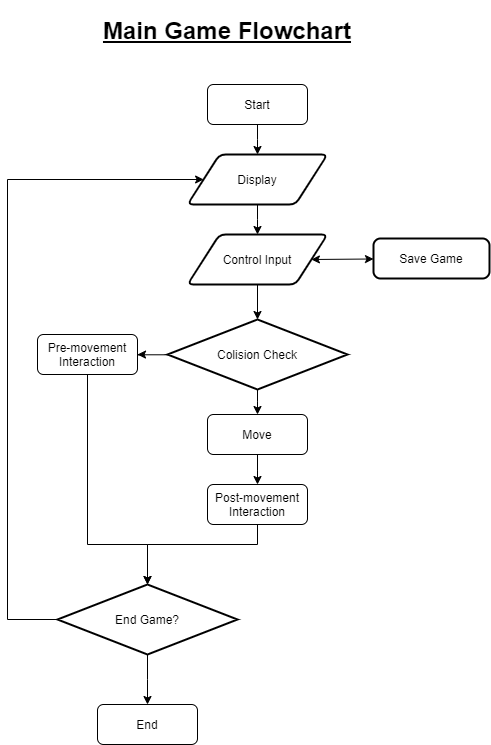
Above: charts/main_game_flowchart.png in actuarialcat/COMP2113_project (draw.io), before the change. Source tidied: cells renumbered, new cells last; positions are measured from the earlier drawing's top-left corner, leaving out a move shared by most shapes. Source of this version:
```xml
<mxGraphModel>
  <root>
    <mxCell id="0" />
    <mxCell id="1" parent="0" />
    <mxCell id="2" style="edgeStyle=none;rounded=0;jettySize=auto;html=1;" parent="1" edge="1" source="3" target="6">
      <mxGeometry relative="1" as="geometry" />
    </mxCell>
    <mxCell id="3" value="Control Input" style="shape=parallelogram;html=1;strokeWidth=2;perimeter=parallelogramPerimeter;whiteSpace=wrap;rounded=1;arcSize=12;size=0.23;" parent="1" vertex="1">
      <mxGeometry x="180" y="234" width="140" height="50" as="geometry" />
    </mxCell>
    <mxCell id="4" style="edgeStyle=elbowEdgeStyle;rounded=0;jettySize=auto;elbow=vertical;html=1;exitX=0.5;exitY=1;exitDx=0;exitDy=0;exitPerimeter=0;entryX=0.5;entryY=0;entryDx=0;entryDy=0;" parent="1" edge="1" source="6" target="15">
      <mxGeometry relative="1" as="geometry" />
    </mxCell>
    <mxCell id="5" style="edgeStyle=elbowEdgeStyle;rounded=0;jettySize=auto;elbow=vertical;html=1;exitX=0;exitY=0.5;exitDx=0;exitDy=0;exitPerimeter=0;entryX=1;entryY=0.5;entryDx=0;entryDy=0;" parent="1" edge="1" source="6" target="17">
      <mxGeometry relative="1" as="geometry" />
    </mxCell>
    <mxCell id="6" value="Colision Check" style="strokeWidth=2;html=1;shape=mxgraph.flowchart.decision;whiteSpace=wrap;rounded=1;shadow=0;" parent="1" vertex="1">
      <mxGeometry x="160" y="319" width="180" height="70" as="geometry" />
    </mxCell>
    <mxCell id="7" style="endArrow=classic;html=1;edgeStyle=elbowEdgeStyle;entryX=0;entryY=0.5;entryDx=0;entryDy=0;rounded=0;exitX=0;exitY=0.5;exitDx=0;exitDy=0;exitPerimeter=0;" parent="1" edge="1" source="20" target="11">
      <mxGeometry relative="1" as="geometry">
        <Array as="points">
          <mxPoint y="449" />
          <mxPoint y="449" />
        </Array>
      </mxGeometry>
    </mxCell>
    <mxCell id="8" style="edgeStyle=elbowEdgeStyle;rounded=0;jettySize=auto;html=1;exitX=0.5;exitY=1;exitDx=0;exitDy=0;elbow=vertical;entryX=0.5;entryY=0;entryDx=0;entryDy=0;entryPerimeter=0;" parent="1" edge="1" source="9" target="20">
      <mxGeometry relative="1" as="geometry">
        <Array as="points">
          <mxPoint x="130" y="544" />
          <mxPoint x="120" y="484" />
          <mxPoint x="170" y="649" />
        </Array>
      </mxGeometry>
    </mxCell>
    <mxCell id="9" value="Post-movement Interaction" style="rounded=1;whiteSpace=wrap;html=1;" parent="1" vertex="1">
      <mxGeometry x="200" y="484" width="100" height="40" as="geometry" />
    </mxCell>
    <mxCell id="10" style="edgeStyle=elbowEdgeStyle;rounded=0;jettySize=auto;elbow=vertical;html=1;" parent="1" edge="1" source="11" target="3">
      <mxGeometry relative="1" as="geometry" />
    </mxCell>
    <mxCell id="11" value="Display" style="shape=parallelogram;html=1;strokeWidth=2;perimeter=parallelogramPerimeter;whiteSpace=wrap;rounded=1;arcSize=12;size=0.23;" parent="1" vertex="1">
      <mxGeometry x="180" y="154" width="140" height="50" as="geometry" />
    </mxCell>
    <mxCell id="12" style="edgeStyle=elbowEdgeStyle;rounded=0;jettySize=auto;elbow=vertical;html=1;" parent="1" edge="1" source="13" target="11">
      <mxGeometry relative="1" as="geometry" />
    </mxCell>
    <mxCell id="13" value="Start" style="rounded=1;whiteSpace=wrap;html=1;" parent="1" vertex="1">
      <mxGeometry x="200" y="84" width="100" height="40" as="geometry" />
    </mxCell>
    <mxCell id="14" style="edgeStyle=elbowEdgeStyle;rounded=0;jettySize=auto;elbow=vertical;html=1;exitX=0.5;exitY=1;exitDx=0;exitDy=0;entryX=0.5;entryY=0;entryDx=0;entryDy=0;" parent="1" edge="1" source="15" target="9">
      <mxGeometry relative="1" as="geometry" />
    </mxCell>
    <mxCell id="15" value="Move" style="rounded=1;whiteSpace=wrap;html=1;" parent="1" vertex="1">
      <mxGeometry x="200" y="414" width="100" height="40" as="geometry" />
    </mxCell>
    <mxCell id="16" style="edgeStyle=elbowEdgeStyle;rounded=0;jettySize=auto;html=1;entryX=0.5;entryY=0;entryDx=0;entryDy=0;entryPerimeter=0;elbow=vertical;" parent="1" edge="1" source="17" target="20">
      <mxGeometry relative="1" as="geometry">
        <Array as="points">
          <mxPoint x="80" y="544" />
        </Array>
      </mxGeometry>
    </mxCell>
    <mxCell id="17" value="Pre-movement Interaction" style="rounded=1;whiteSpace=wrap;html=1;" parent="1" vertex="1">
      <mxGeometry x="30" y="334" width="100" height="40" as="geometry" />
    </mxCell>
    <mxCell id="18" value="&lt;h1&gt;Main Game Flowchart&lt;/h1&gt;" style="text;html=1;strokeColor=none;fillColor=none;align=center;verticalAlign=middle;whiteSpace=wrap;rounded=0;shadow=0;fontStyle=4;" parent="1" vertex="1">
      <mxGeometry x="55" width="330" height="60" as="geometry" />
    </mxCell>
    <mxCell id="19" style="edgeStyle=elbowEdgeStyle;rounded=0;jettySize=auto;elbow=vertical;html=1;" parent="1" edge="1" source="20" target="21">
      <mxGeometry relative="1" as="geometry" />
    </mxCell>
    <mxCell id="20" value="End Game?" style="strokeWidth=2;html=1;shape=mxgraph.flowchart.decision;whiteSpace=wrap;rounded=1;shadow=0;" parent="1" vertex="1">
      <mxGeometry x="50" y="584" width="180" height="70" as="geometry" />
    </mxCell>
    <mxCell id="21" value="End" style="rounded=1;whiteSpace=wrap;html=1;" parent="1" vertex="1">
      <mxGeometry x="90" y="704" width="100" height="40" as="geometry" />
    </mxCell>
    <mxCell id="22" value="Save Game" style="rounded=1;whiteSpace=wrap;html=1;absoluteArcSize=1;arcSize=14;strokeWidth=2;" parent="1" vertex="1">
      <mxGeometry x="366" y="238" width="116" height="40" as="geometry" />
    </mxCell>
    <mxCell id="23" style="endArrow=classic;startArrow=classic;html=1;exitX=1;exitY=0.5;exitDx=0;exitDy=0;" parent="1" edge="1" source="3" target="22">
      <mxGeometry relative="1" as="geometry" />
    </mxCell>
  </root>
</mxGraphModel>
```
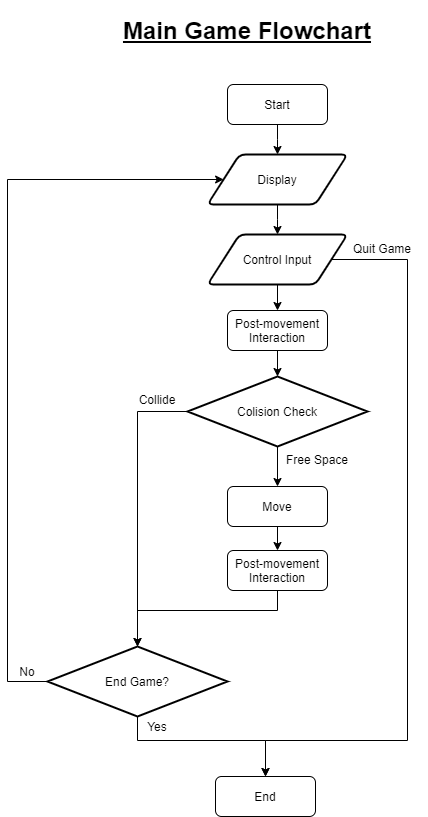
Later version of the same file.

Change to the diagram source:
```diff
@@ -2,43 +2,49 @@
   <root>
     <mxCell id="0" />
     <mxCell id="1" parent="0" />
-    <mxCell id="2" style="edgeStyle=none;rounded=0;jettySize=auto;html=1;" parent="1" edge="1" source="3" target="6">
+    <mxCell id="2" style="edgeStyle=orthogonalEdgeStyle;rounded=0;jettySize=auto;html=1;entryX=0.5;entryY=0;entryDx=0;entryDy=0;" parent="1" edge="1" source="3" target="27">
       <mxGeometry relative="1" as="geometry" />
     </mxCell>
     <mxCell id="3" value="Control Input" style="shape=parallelogram;html=1;strokeWidth=2;perimeter=parallelogramPerimeter;whiteSpace=wrap;rounded=1;arcSize=12;size=0.23;" parent="1" vertex="1">
       <mxGeometry x="180" y="234" width="140" height="50" as="geometry" />
     </mxCell>
-    <mxCell id="4" style="edgeStyle=elbowEdgeStyle;rounded=0;jettySize=auto;elbow=vertical;html=1;exitX=0.5;exitY=1;exitDx=0;exitDy=0;exitPerimeter=0;entryX=0.5;entryY=0;entryDx=0;entryDy=0;" parent="1" edge="1" source="6" target="15">
+    <mxCell id="4" style="edgeStyle=orthogonalEdgeStyle;rounded=0;jettySize=auto;html=1;" parent="1" edge="1" source="5" target="15">
       <mxGeometry relative="1" as="geometry" />
     </mxCell>
-    <mxCell id="5" style="edgeStyle=elbowEdgeStyle;rounded=0;jettySize=auto;elbow=vertical;html=1;exitX=0;exitY=0.5;exitDx=0;exitDy=0;exitPerimeter=0;entryX=1;entryY=0.5;entryDx=0;entryDy=0;" parent="1" edge="1" source="6" target="17">
-      <mxGeometry relative="1" as="geometry" />
+    <mxCell id="5" value="Colision Check" style="strokeWidth=2;html=1;shape=mxgraph.flowchart.decision;whiteSpace=wrap;rounded=1;shadow=0;" parent="1" vertex="1">
+      <mxGeometry x="160" y="376" width="180" height="70" as="geometry" />
     </mxCell>
-    <mxCell id="6" value="Colision Check" style="strokeWidth=2;html=1;shape=mxgraph.flowchart.decision;whiteSpace=wrap;rounded=1;shadow=0;" parent="1" vertex="1">
-      <mxGeometry x="160" y="319" width="180" height="70" as="geometry" />
+    <mxCell id="6" style="endArrow=classic;html=1;edgeStyle=elbowEdgeStyle;entryX=0;entryY=0.5;entryDx=0;entryDy=0;rounded=0;exitX=0;exitY=0.5;exitDx=0;exitDy=0;exitPerimeter=0;" parent="1" edge="1" source="19" target="11">
+      <mxGeometry relative="1" as="geometry">
+        <Array as="points">
+          <mxPoint x="-20" y="390" />
+          <mxPoint y="449" />
+        </Array>
+      </mxGeometry>
     </mxCell>
-    <mxCell id="7" style="endArrow=classic;html=1;edgeStyle=elbowEdgeStyle;entryX=0;entryY=0.5;entryDx=0;entryDy=0;rounded=0;exitX=0;exitY=0.5;exitDx=0;exitDy=0;exitPerimeter=0;" parent="1" edge="1" source="20" target="11">
+    <mxCell id="7" style="edgeStyle=elbowEdgeStyle;rounded=0;jettySize=auto;html=1;exitX=0.5;exitY=1;exitDx=0;exitDy=0;elbow=vertical;entryX=0.5;entryY=0;entryDx=0;entryDy=0;entryPerimeter=0;" parent="1" edge="1" source="8" target="19">
       <mxGeometry relative="1" as="geometry">
         <Array as="points">
-          <mxPoint y="449" />
-          <mxPoint y="449" />
+          <mxPoint x="130" y="610" />
+          <mxPoint x="120" y="550" />
+          <mxPoint x="170" y="715" />
         </Array>
       </mxGeometry>
     </mxCell>
-    <mxCell id="8" style="edgeStyle=elbowEdgeStyle;rounded=0;jettySize=auto;html=1;exitX=0.5;exitY=1;exitDx=0;exitDy=0;elbow=vertical;entryX=0.5;entryY=0;entryDx=0;entryDy=0;entryPerimeter=0;" parent="1" edge="1" source="9" target="20">
-      <mxGeometry relative="1" as="geometry">
-        <Array as="points">
-          <mxPoint x="130" y="544" />
-          <mxPoint x="120" y="484" />
-          <mxPoint x="170" y="649" />
-        </Array>
-      </mxGeometry>
+    <mxCell id="8" value="Post-movement Interaction" style="rounded=1;whiteSpace=wrap;html=1;" parent="1" vertex="1">
+      <mxGeometry x="200" y="550" width="100" height="40" as="geometry" />
     </mxCell>
-    <mxCell id="9" value="Post-movement Interaction" style="rounded=1;whiteSpace=wrap;html=1;" parent="1" vertex="1">
-      <mxGeometry x="200" y="484" width="100" height="40" as="geometry" />
+    <mxCell id="9" style="edgeStyle=elbowEdgeStyle;rounded=0;jettySize=auto;elbow=vertical;html=1;" parent="1" edge="1" source="11" target="3">
+      <mxGeometry relative="1" as="geometry" />
     </mxCell>
-    <mxCell id="10" style="edgeStyle=elbowEdgeStyle;rounded=0;jettySize=auto;elbow=vertical;html=1;" parent="1" edge="1" source="11" target="3">
-      <mxGeometry relative="1" as="geometry" />
+    <mxCell id="10" style="edgeStyle=orthogonalEdgeStyle;rounded=0;jettySize=auto;html=1;exitX=1;exitY=0.5;exitDx=0;exitDy=0;entryX=0.5;entryY=0;entryDx=0;entryDy=0;" parent="1" edge="1" source="3" target="20">
+      <mxGeometry relative="1" as="geometry">
+        <Array as="points">
+          <mxPoint x="380" y="259" />
+          <mxPoint x="380" y="740" />
+          <mxPoint x="238" y="740" />
+        </Array>
+      </mxGeometry>
     </mxCell>
     <mxCell id="11" value="Display" style="shape=parallelogram;html=1;strokeWidth=2;perimeter=parallelogramPerimeter;whiteSpace=wrap;rounded=1;arcSize=12;size=0.23;" parent="1" vertex="1">
       <mxGeometry x="180" y="154" width="140" height="50" as="geometry" />
@@ -49,39 +55,55 @@
     <mxCell id="13" value="Start" style="rounded=1;whiteSpace=wrap;html=1;" parent="1" vertex="1">
       <mxGeometry x="200" y="84" width="100" height="40" as="geometry" />
     </mxCell>
-    <mxCell id="14" style="edgeStyle=elbowEdgeStyle;rounded=0;jettySize=auto;elbow=vertical;html=1;exitX=0.5;exitY=1;exitDx=0;exitDy=0;entryX=0.5;entryY=0;entryDx=0;entryDy=0;" parent="1" edge="1" source="15" target="9">
+    <mxCell id="14" style="edgeStyle=orthogonalEdgeStyle;rounded=0;jettySize=auto;html=1;exitX=0.5;exitY=1;exitDx=0;exitDy=0;entryX=0.5;entryY=0;entryDx=0;entryDy=0;" parent="1" edge="1" source="15" target="8">
       <mxGeometry relative="1" as="geometry" />
     </mxCell>
     <mxCell id="15" value="Move" style="rounded=1;whiteSpace=wrap;html=1;" parent="1" vertex="1">
-      <mxGeometry x="200" y="414" width="100" height="40" as="geometry" />
+      <mxGeometry x="200" y="486" width="100" height="40" as="geometry" />
     </mxCell>
-    <mxCell id="16" style="edgeStyle=elbowEdgeStyle;rounded=0;jettySize=auto;html=1;entryX=0.5;entryY=0;entryDx=0;entryDy=0;entryPerimeter=0;elbow=vertical;" parent="1" edge="1" source="17" target="20">
+    <mxCell id="16" style="edgeStyle=elbowEdgeStyle;rounded=0;jettySize=auto;html=1;entryX=0.5;entryY=0;entryDx=0;entryDy=0;entryPerimeter=0;elbow=vertical;exitX=0;exitY=0.5;exitDx=0;exitDy=0;exitPerimeter=0;" parent="1" edge="1" source="5" target="19">
       <mxGeometry relative="1" as="geometry">
         <Array as="points">
-          <mxPoint x="80" y="544" />
+          <mxPoint x="130" y="411" />
         </Array>
       </mxGeometry>
     </mxCell>
-    <mxCell id="17" value="Pre-movement Interaction" style="rounded=1;whiteSpace=wrap;html=1;" parent="1" vertex="1">
-      <mxGeometry x="30" y="334" width="100" height="40" as="geometry" />
+    <mxCell id="17" value="&lt;h1&gt;Main Game Flowchart&lt;/h1&gt;" style="text;html=1;strokeColor=none;fillColor=none;align=center;verticalAlign=middle;whiteSpace=wrap;rounded=0;shadow=0;fontStyle=4;" parent="1" vertex="1">
+      <mxGeometry x="55" width="330" height="60" as="geometry" />
     </mxCell>
-    <mxCell id="18" value="&lt;h1&gt;Main Game Flowchart&lt;/h1&gt;" style="text;html=1;strokeColor=none;fillColor=none;align=center;verticalAlign=middle;whiteSpace=wrap;rounded=0;shadow=0;fontStyle=4;" parent="1" vertex="1">
-      <mxGeometry x="55" width="330" height="60" as="geometry" />
+    <mxCell id="18" style="edgeStyle=elbowEdgeStyle;rounded=0;jettySize=auto;elbow=vertical;html=1;" parent="1" edge="1" source="19" target="20">
+      <mxGeometry relative="1" as="geometry">
+        <Array as="points">
+          <mxPoint x="110" y="740" />
+        </Array>
+      </mxGeometry>
     </mxCell>
-    <mxCell id="19" style="edgeStyle=elbowEdgeStyle;rounded=0;jettySize=auto;elbow=vertical;html=1;" parent="1" edge="1" source="20" target="21">
-      <mxGeometry relative="1" as="geometry" />
+    <mxCell id="19" value="End Game?" style="strokeWidth=2;html=1;shape=mxgraph.flowchart.decision;whiteSpace=wrap;rounded=1;shadow=0;" parent="1" vertex="1">
+      <mxGeometry x="20" y="646" width="180" height="70" as="geometry" />
     </mxCell>
-    <mxCell id="20" value="End Game?" style="strokeWidth=2;html=1;shape=mxgraph.flowchart.decision;whiteSpace=wrap;rounded=1;shadow=0;" parent="1" vertex="1">
-      <mxGeometry x="50" y="584" width="180" height="70" as="geometry" />
+    <mxCell id="20" value="End" style="rounded=1;whiteSpace=wrap;html=1;" parent="1" vertex="1">
+      <mxGeometry x="188" y="776" width="100" height="40" as="geometry" />
     </mxCell>
-    <mxCell id="21" value="End" style="rounded=1;whiteSpace=wrap;html=1;" parent="1" vertex="1">
-      <mxGeometry x="90" y="704" width="100" height="40" as="geometry" />
+    <mxCell id="21" value="Free Space" style="text;html=1;strokeColor=none;fillColor=none;align=center;verticalAlign=middle;whiteSpace=wrap;rounded=0;" parent="1" vertex="1">
+      <mxGeometry x="250" y="446" width="80" height="26" as="geometry" />
     </mxCell>
-    <mxCell id="22" value="Save Game" style="rounded=1;whiteSpace=wrap;html=1;absoluteArcSize=1;arcSize=14;strokeWidth=2;" parent="1" vertex="1">
-      <mxGeometry x="366" y="238" width="116" height="40" as="geometry" />
+    <mxCell id="22" value="Collide" style="text;html=1;strokeColor=none;fillColor=none;align=center;verticalAlign=middle;whiteSpace=wrap;rounded=0;" parent="1" vertex="1">
+      <mxGeometry x="90" y="386" width="80" height="26" as="geometry" />
     </mxCell>
-    <mxCell id="23" style="endArrow=classic;startArrow=classic;html=1;exitX=1;exitY=0.5;exitDx=0;exitDy=0;" parent="1" edge="1" source="3" target="22">
-      <mxGeometry relative="1" as="geometry" />
+    <mxCell id="23" value="Yes" style="text;html=1;strokeColor=none;fillColor=none;align=center;verticalAlign=middle;whiteSpace=wrap;rounded=0;" parent="1" vertex="1">
+      <mxGeometry x="110" y="716" width="40" height="20" as="geometry" />
     </mxCell>
+    <mxCell id="24" value="No" style="text;html=1;strokeColor=none;fillColor=none;align=center;verticalAlign=middle;whiteSpace=wrap;rounded=0;" parent="1" vertex="1">
+      <mxGeometry x="-20" y="661" width="40" height="20" as="geometry" />
+    </mxCell>
+    <mxCell id="25" value="Quit Game" style="text;html=1;strokeColor=none;fillColor=none;align=center;verticalAlign=middle;whiteSpace=wrap;rounded=0;" parent="1" vertex="1">
+      <mxGeometry x="310" y="238" width="90" height="20" as="geometry" />
+    </mxCell>
+    <mxCell id="26" style="edgeStyle=orthogonalEdgeStyle;rounded=0;jettySize=auto;html=1;exitX=0.5;exitY=1;exitDx=0;exitDy=0;entryX=0.5;entryY=0;entryDx=0;entryDy=0;entryPerimeter=0;" parent="1" edge="1" source="27" target="5">
+      <mxGeometry relative="1" as="geometry" />
+    </mxCell>
+    <mxCell id="27" value="Post-movement Interaction" style="rounded=1;whiteSpace=wrap;html=1;" parent="1" vertex="1">
+      <mxGeometry x="200" y="310" width="100" height="40" as="geometry" />
+    </mxCell>
   </root>
 </mxGraphModel>
```
